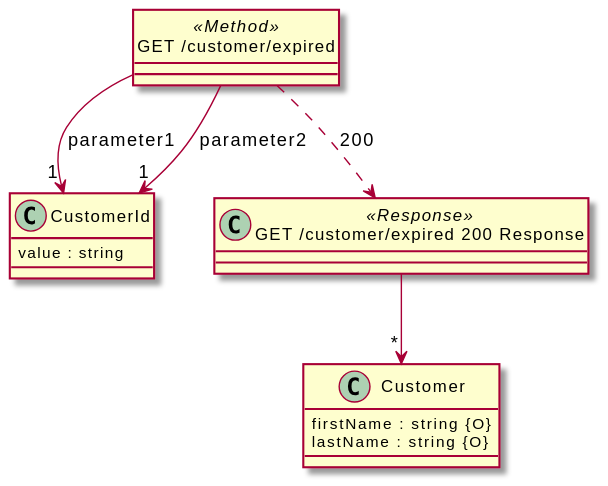
This is src/docs/tests/anon-parameters.puml.svg from davidmoten/openapi-to-plantuml, a PlantUML export, as it was before one commit.
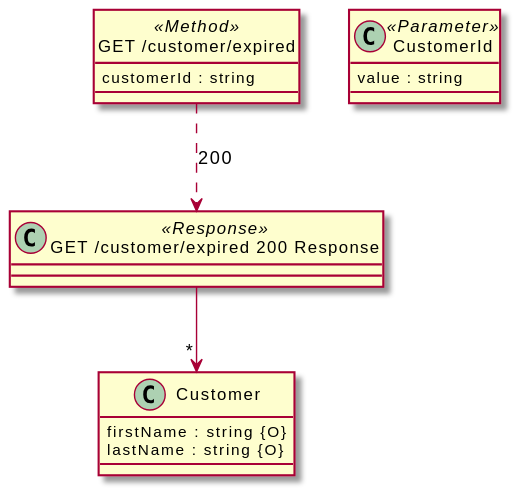
The same diagram one commit later.

What changed in the source:
```diff
@@ -6,12 +6,13 @@
   lastName : string {O}
 }
 
-class "CustomerId" {
+class "CustomerId" <<Parameter>> {
   value : string
 }
 hide <<Method>> circle
 
 class "GET /customer/expired" <<Method>> {
+  customerId : string
 }
 
 class "GET /customer/expired 200 Response" <<Response>> {
@@ -21,8 +22,4 @@
 
 "GET /customer/expired" ..> "GET /customer/expired 200 Response": 200
 
-"GET /customer/expired" --> "1""CustomerId" : "parameter1"
-
-"GET /customer/expired" --> "1""CustomerId" : "parameter2"
-
 @enduml
```
